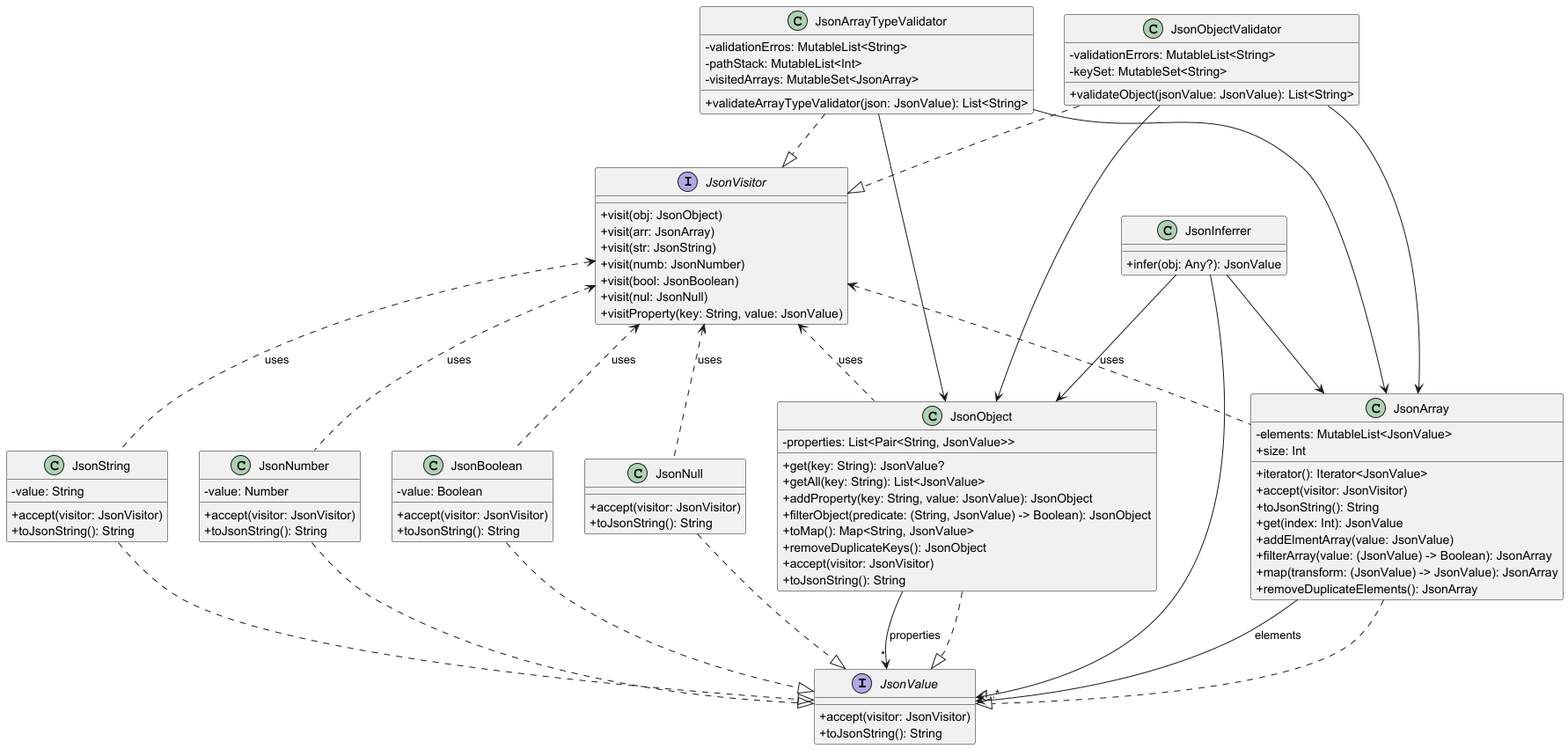
Before: diagram_json_model.png, a diagram exported from PlantUML (JNSD123/fromJson). The source it was exported from:
```plantuml
@startuml
skinparam classAttributeIconSize 0

interface JsonValue {
    +accept(visitor: JsonVisitor)
    +toJsonString(): String
}

class JsonArray {
    - elements: MutableList<JsonValue>
    +iterator(): Iterator<JsonValue>
    +accept(visitor: JsonVisitor)
    +toJsonString(): String
    +get(index: Int): JsonValue
    +addElmentArray(value: JsonValue)
    +size: Int
    +filterArray(value: (JsonValue) -> Boolean): JsonArray
    +map(transform: (JsonValue) -> JsonValue): JsonArray
    +removeDuplicateElements(): JsonArray
}

class JsonObject {
    - properties: List<Pair<String, JsonValue>>
    +get(key: String): JsonValue?
    +getAll(key: String): List<JsonValue>
    +addProperty(key: String, value: JsonValue): JsonObject
    +filterObject(predicate: (String, JsonValue) -> Boolean): JsonObject
    +toMap(): Map<String, JsonValue>
    +removeDuplicateKeys(): JsonObject
    +accept(visitor: JsonVisitor)
    +toJsonString(): String
}

class JsonString {
    - value: String
    +accept(visitor: JsonVisitor)
    +toJsonString(): String
}

class JsonNumber{
    - value: Number
    + accept(visitor: JsonVisitor)
    + toJsonString(): String
}
class JsonBoolean{
    - value: Boolean
    + accept(visitor: JsonVisitor)
    + toJsonString(): String
}
class JsonNull{
    + accept(visitor: JsonVisitor)
    + toJsonString(): String
}

interface JsonVisitor {
    +visit(obj: JsonObject)
    +visit(arr: JsonArray)
    +visit(str: JsonString)
    +visit(numb: JsonNumber)
    +visit(bool: JsonBoolean)
    +visit(nul: JsonNull)
    +visitProperty(key: String, value: JsonValue)
}

class JsonInferrer {
    +infer(obj: Any?): JsonValue
}

class JsonArrayTypeValidator {
    - validationErros: MutableList<String>
    - pathStack: MutableList<Int>
    - visitedArrays: MutableSet<JsonArray>
    + validateArrayTypeValidator(json: JsonValue): List<String>
}

class JsonObjectValidator {
    - validationErrors: MutableList<String>
    - keySet: MutableSet<String>
    + validateObject(jsonValue: JsonValue): List<String>
}



JsonArray ..|> JsonValue
JsonObject ..|> JsonValue
JsonString ..|> JsonValue
JsonNumber ..|> JsonValue
JsonBoolean ..|> JsonValue
JsonNull ..|> JsonValue

JsonArray --> "1..*" JsonValue : elements
JsonObject --> "*" JsonValue : properties
JsonVisitor <.. JsonArray : uses
JsonVisitor <.. JsonObject : uses
JsonVisitor <.. JsonString : uses
JsonVisitor <.. JsonNumber : uses
JsonVisitor <.. JsonBoolean : uses
JsonVisitor <.. JsonNull : uses



JsonArrayTypeValidator ..|> JsonVisitor
JsonObjectValidator ..|> JsonVisitor

JsonArrayTypeValidator --> JsonArray
JsonArrayTypeValidator --> JsonObject
JsonObjectValidator --> JsonObject
JsonObjectValidator --> JsonArray

JsonInferrer --> JsonObject
JsonInferrer --> JsonArray
JsonInferrer --> JsonValue

@enduml
```
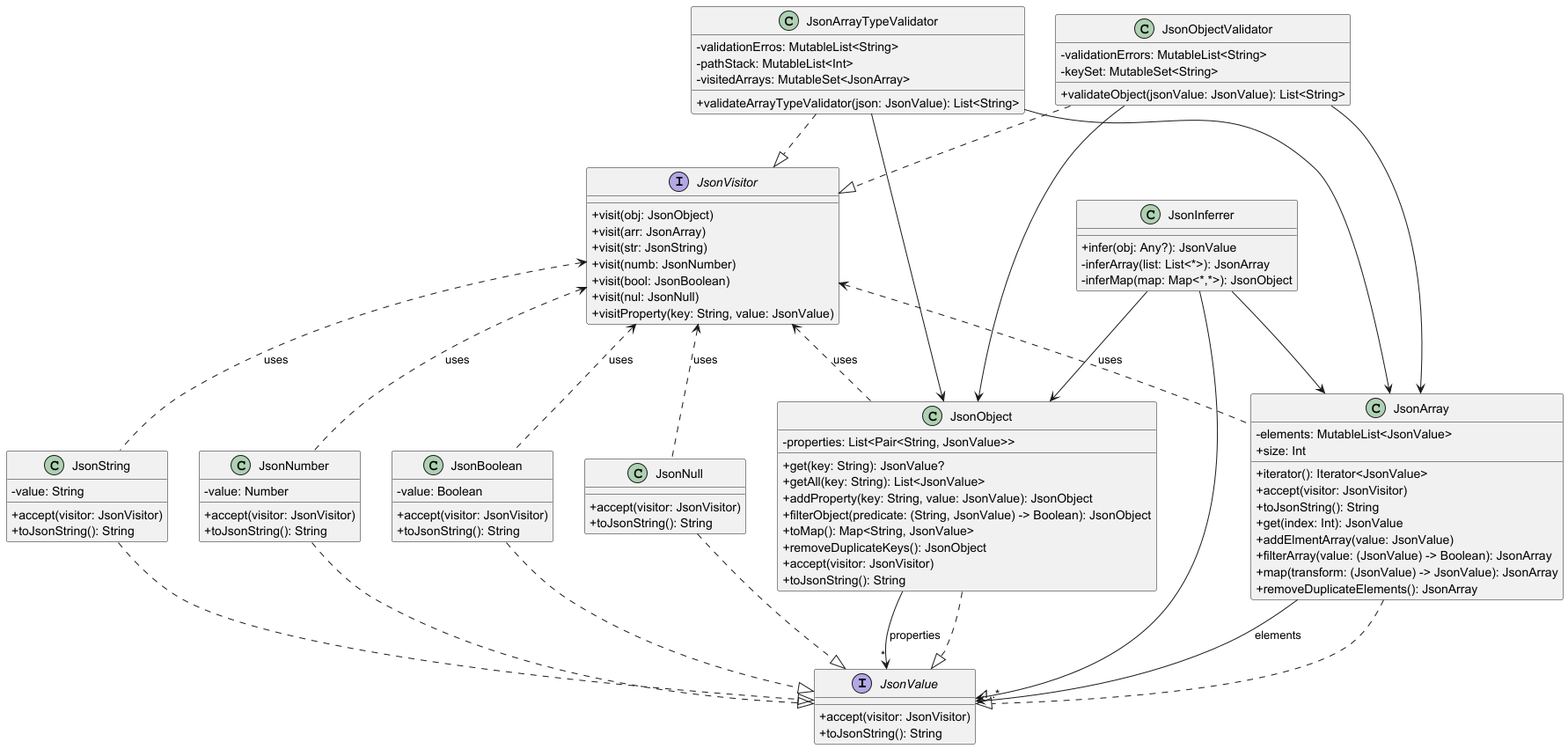
Later version of the same file.

Commit message:
Merge remote-tracking branch 'origin/master' atualização do readme

Diff of the diagram source:
```diff
@@ -53,17 +53,19 @@
 }
 
 interface JsonVisitor {
-    +visit(obj: JsonObject)
-    +visit(arr: JsonArray)
-    +visit(str: JsonString)
-    +visit(numb: JsonNumber)
-    +visit(bool: JsonBoolean)
-    +visit(nul: JsonNull)
-    +visitProperty(key: String, value: JsonValue)
+    + visit(obj: JsonObject)
+    + visit(arr: JsonArray)
+    + visit(str: JsonString)
+    + visit(numb: JsonNumber)
+    + visit(bool: JsonBoolean)
+    + visit(nul: JsonNull)
+    + visitProperty(key: String, value: JsonValue)
 }
 
 class JsonInferrer {
-    +infer(obj: Any?): JsonValue
+    + infer(obj: Any?): JsonValue
+    - inferArray(list: List<*>): JsonArray
+    - inferMap(map: Map<*,*>): JsonObject
 }
 
 class JsonArrayTypeValidator {
```
